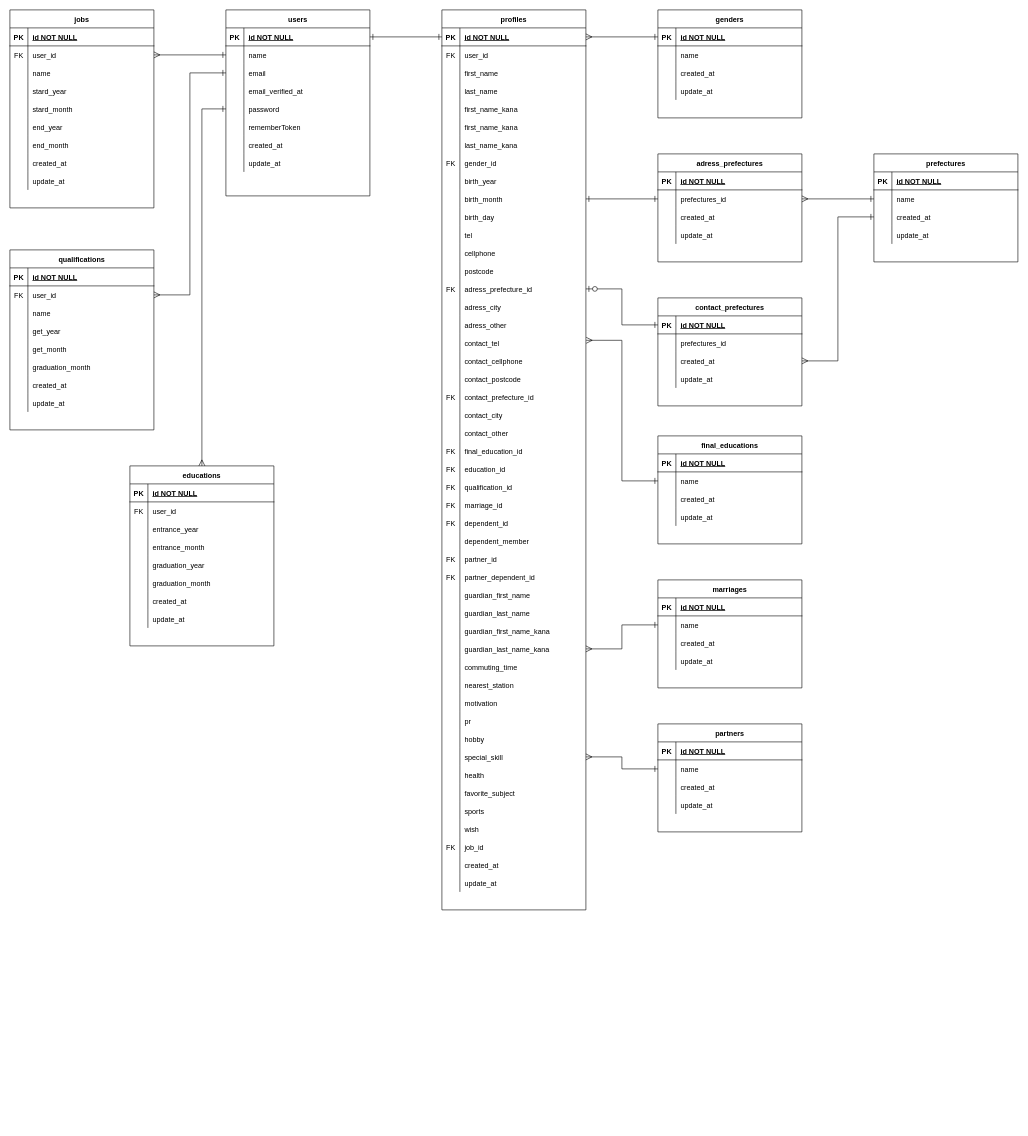
Before: resume_01.drawio in 0gravity000/er001, a draw.io diagram. Source tidied: cells renumbered, new cells numbered last; positions are measured from the earlier drawing's top-left corner, leaving out a move shared by most shapes. Both pictures are drawn from the tidied source at 60%, with x=0, y=0 at pixel (10, 10).
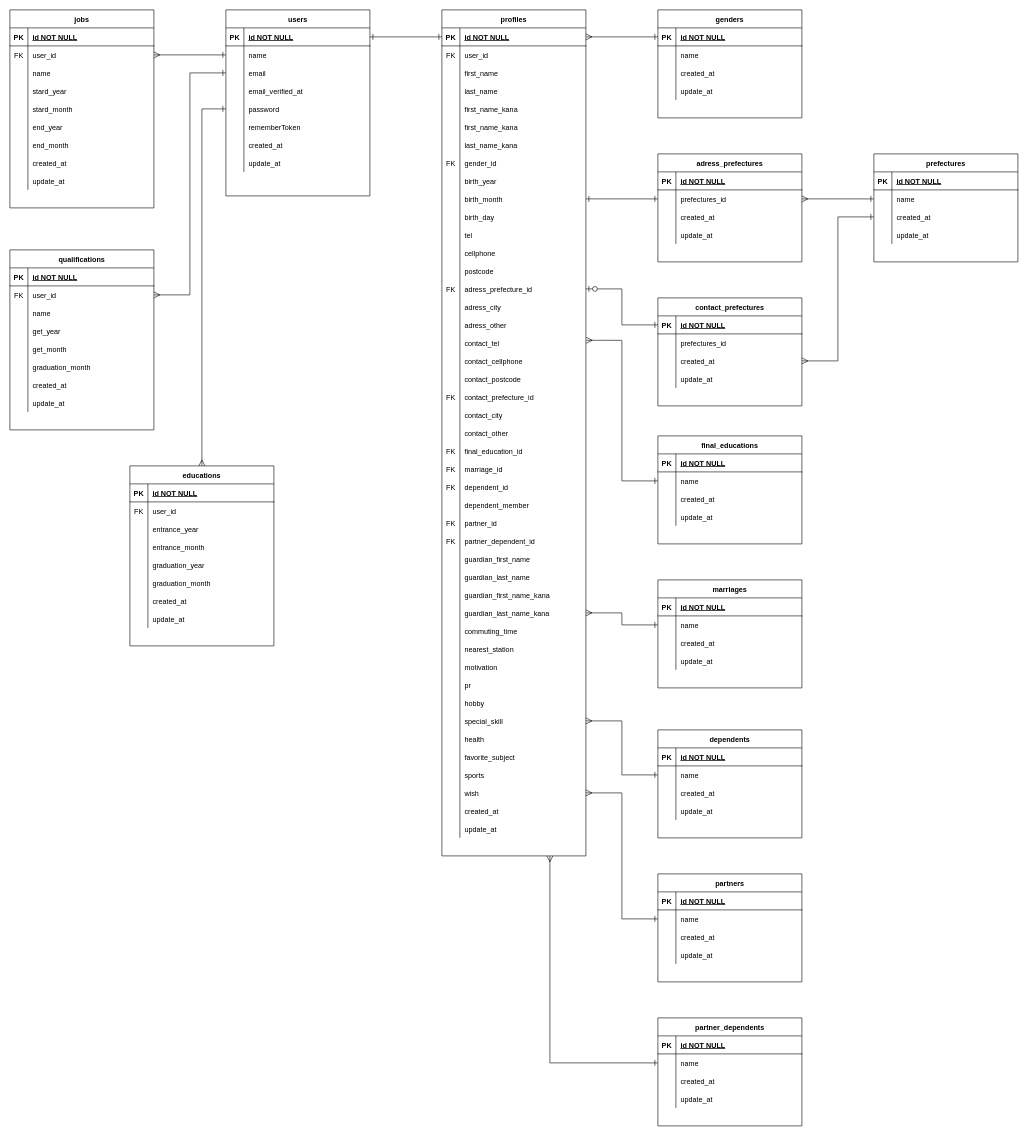
After the change.

What changed in the source:
```diff
@@
     <mxCell id="27" value="profiles" style="shape=table;startSize=30;childLayout=tableLayout;rowLines=0;fontStyle=1;align=center;" parent="1" vertex="1">
-      <mxGeometry x="720" width="240" height="1500" as="geometry" />
+      <mxGeometry x="720" width="240" height="1410" as="geometry" />
     </mxCell>
@@
-    <mxCell id="100" style="shape=partialRectangle;fillColor=none;top=0;left=0;bottom=0;right=0;" parent="27" vertex="1">
-      <mxGeometry y="750" width="240" height="30" as="geometry" />
-    </mxCell>
-    <mxCell id="101" value="FK" style="shape=partialRectangle;fillColor=none;top=0;left=0;bottom=0;right=0;overflow=hidden;" parent="100" vertex="1">
-      <mxGeometry width="30" height="30" as="geometry" />
-    </mxCell>
-    <mxCell id="102" value="education_id" style="shape=partialRectangle;fillColor=none;top=0;left=0;bottom=0;right=0;align=left;spacingLeft=6;overflow=hidden;" parent="100" vertex="1">
-      <mxGeometry x="30" width="210" height="30" as="geometry" />
-    </mxCell>
-    <mxCell id="103" style="shape=partialRectangle;fillColor=none;top=0;left=0;bottom=0;right=0;" parent="27" vertex="1">
-      <mxGeometry y="780" width="240" height="30" as="geometry" />
-    </mxCell>
-    <mxCell id="104" value="FK" style="shape=partialRectangle;fillColor=none;top=0;left=0;bottom=0;right=0;overflow=hidden;" parent="103" vertex="1">
-      <mxGeometry width="30" height="30" as="geometry" />
-    </mxCell>
-    <mxCell id="105" value="qualification_id" style="shape=partialRectangle;fillColor=none;top=0;left=0;bottom=0;right=0;align=left;spacingLeft=6;overflow=hidden;" parent="103" vertex="1">
-      <mxGeometry x="30" width="210" height="30" as="geometry" />
-    </mxCell>
     <mxCell id="106" style="shape=partialRectangle;fillColor=none;top=0;left=0;bottom=0;right=0;" parent="27" vertex="1">
-      <mxGeometry y="810" width="240" height="30" as="geometry" />
+      <mxGeometry y="750" width="240" height="30" as="geometry" />
     </mxCell>
@@
     <mxCell id="109" style="shape=partialRectangle;fillColor=none;top=0;left=0;bottom=0;right=0;" parent="27" vertex="1">
-      <mxGeometry y="840" width="240" height="30" as="geometry" />
+      <mxGeometry y="780" width="240" height="30" as="geometry" />
     </mxCell>
@@
     <mxCell id="112" style="shape=partialRectangle;fillColor=none;top=0;left=0;bottom=0;right=0;" parent="27" vertex="1">
-      <mxGeometry y="870" width="240" height="30" as="geometry" />
+      <mxGeometry y="810" width="240" height="30" as="geometry" />
     </mxCell>
@@
     <mxCell id="115" style="shape=partialRectangle;fillColor=none;top=0;left=0;bottom=0;right=0;" parent="27" vertex="1">
-      <mxGeometry y="900" width="240" height="30" as="geometry" />
+      <mxGeometry y="840" width="240" height="30" as="geometry" />
     </mxCell>
@@
     <mxCell id="118" style="shape=partialRectangle;fillColor=none;top=0;left=0;bottom=0;right=0;" parent="27" vertex="1">
-      <mxGeometry y="930" width="240" height="30" as="geometry" />
+      <mxGeometry y="870" width="240" height="30" as="geometry" />
     </mxCell>
@@
     <mxCell id="121" style="shape=partialRectangle;fillColor=none;top=0;left=0;bottom=0;right=0;" parent="27" vertex="1">
-      <mxGeometry y="960" width="240" height="30" as="geometry" />
+      <mxGeometry y="900" width="240" height="30" as="geometry" />
     </mxCell>
@@
     <mxCell id="124" style="shape=partialRectangle;fillColor=none;top=0;left=0;bottom=0;right=0;" parent="27" vertex="1">
-      <mxGeometry y="990" width="240" height="30" as="geometry" />
+      <mxGeometry y="930" width="240" height="30" as="geometry" />
     </mxCell>
@@
     <mxCell id="127" style="shape=partialRectangle;fillColor=none;top=0;left=0;bottom=0;right=0;" parent="27" vertex="1">
-      <mxGeometry y="1020" width="240" height="30" as="geometry" />
+      <mxGeometry y="960" width="240" height="30" as="geometry" />
     </mxCell>
@@
     <mxCell id="130" style="shape=partialRectangle;fillColor=none;top=0;left=0;bottom=0;right=0;points=[[0,0.5],[1,0.5]];portConstraint=eastwest;" parent="27" vertex="1">
-      <mxGeometry y="1050" width="240" height="30" as="geometry" />
+      <mxGeometry y="990" width="240" height="30" as="geometry" />
     </mxCell>
@@
     <mxCell id="133" style="shape=partialRectangle;fillColor=none;top=0;left=0;bottom=0;right=0;" parent="27" vertex="1">
-      <mxGeometry y="1080" width="240" height="30" as="geometry" />
+      <mxGeometry y="1020" width="240" height="30" as="geometry" />
     </mxCell>
@@
     <mxCell id="136" style="shape=partialRectangle;fillColor=none;top=0;left=0;bottom=0;right=0;" parent="27" vertex="1">
-      <mxGeometry y="1110" width="240" height="30" as="geometry" />
+      <mxGeometry y="1050" width="240" height="30" as="geometry" />
     </mxCell>
@@
     <mxCell id="139" style="shape=partialRectangle;fillColor=none;top=0;left=0;bottom=0;right=0;" parent="27" vertex="1">
-      <mxGeometry y="1140" width="240" height="30" as="geometry" />
+      <mxGeometry y="1080" width="240" height="30" as="geometry" />
     </mxCell>
@@
     <mxCell id="142" style="shape=partialRectangle;fillColor=none;top=0;left=0;bottom=0;right=0;" parent="27" vertex="1">
-      <mxGeometry y="1170" width="240" height="30" as="geometry" />
+      <mxGeometry y="1110" width="240" height="30" as="geometry" />
     </mxCell>
@@
     <mxCell id="145" style="shape=partialRectangle;fillColor=none;top=0;left=0;bottom=0;right=0;" parent="27" vertex="1">
-      <mxGeometry y="1200" width="240" height="30" as="geometry" />
+      <mxGeometry y="1140" width="240" height="30" as="geometry" />
     </mxCell>
@@
     <mxCell id="148" style="shape=partialRectangle;fillColor=none;top=0;left=0;bottom=0;right=0;points=[[0,0.5],[1,0.5]];portConstraint=eastwest;" parent="27" vertex="1">
-      <mxGeometry y="1230" width="240" height="30" as="geometry" />
+      <mxGeometry y="1170" width="240" height="30" as="geometry" />
     </mxCell>
@@
     <mxCell id="151" style="shape=partialRectangle;fillColor=none;top=0;left=0;bottom=0;right=0;" parent="27" vertex="1">
-      <mxGeometry y="1260" width="240" height="30" as="geometry" />
+      <mxGeometry y="1200" width="240" height="30" as="geometry" />
     </mxCell>
@@
     <mxCell id="154" style="shape=partialRectangle;fillColor=none;top=0;left=0;bottom=0;right=0;" parent="27" vertex="1">
-      <mxGeometry y="1290" width="240" height="30" as="geometry" />
+      <mxGeometry y="1230" width="240" height="30" as="geometry" />
     </mxCell>
@@
     <mxCell id="157" style="shape=partialRectangle;fillColor=none;top=0;left=0;bottom=0;right=0;" parent="27" vertex="1">
-      <mxGeometry y="1320" width="240" height="30" as="geometry" />
+      <mxGeometry y="1260" width="240" height="30" as="geometry" />
     </mxCell>
@@
     <mxCell id="160" style="shape=partialRectangle;fillColor=none;top=0;left=0;bottom=0;right=0;points=[[0,0.5],[1,0.5]];portConstraint=eastwest;" parent="27" vertex="1">
-      <mxGeometry y="1350" width="240" height="30" as="geometry" />
+      <mxGeometry y="1290" width="240" height="30" as="geometry" />
     </mxCell>
@@
-    <mxCell id="163" style="shape=partialRectangle;fillColor=none;top=0;left=0;bottom=0;right=0;" parent="27" vertex="1">
-      <mxGeometry y="1380" width="240" height="30" as="geometry" />
-    </mxCell>
-    <mxCell id="164" value="FK" style="shape=partialRectangle;fillColor=none;top=0;left=0;bottom=0;right=0;overflow=hidden;" parent="163" vertex="1">
-      <mxGeometry width="30" height="30" as="geometry" />
-    </mxCell>
-    <mxCell id="165" value="job_id" style="shape=partialRectangle;fillColor=none;top=0;left=0;bottom=0;right=0;align=left;spacingLeft=6;overflow=hidden;" parent="163" vertex="1">
-      <mxGeometry x="30" width="210" height="30" as="geometry" />
-    </mxCell>
     <mxCell id="166" style="shape=partialRectangle;fillColor=none;top=0;left=0;bottom=0;right=0;" parent="27" vertex="1">
-      <mxGeometry y="1410" width="240" height="30" as="geometry" />
+      <mxGeometry y="1320" width="240" height="30" as="geometry" />
     </mxCell>
@@
     <mxCell id="169" style="shape=partialRectangle;fillColor=none;top=0;left=0;bottom=0;right=0;" parent="27" vertex="1">
-      <mxGeometry y="1440" width="240" height="30" as="geometry" />
+      <mxGeometry y="1350" width="240" height="30" as="geometry" />
     </mxCell>
@@
-    <mxCell id="274" value="partners" style="shape=table;startSize=30;childLayout=tableLayout;rowLines=0;fontStyle=1;align=center;" parent="1" vertex="1">
-      <mxGeometry x="1080" y="1190" width="240" height="180" as="geometry" />
+    <mxCell id="274" value="dependents" style="shape=table;startSize=30;childLayout=tableLayout;rowLines=0;fontStyle=1;align=center;" parent="1" vertex="1">
+      <mxGeometry x="1080" y="1200" width="240" height="180" as="geometry" />
     </mxCell>
@@
+    <mxCell id="353" value="partners" style="shape=table;startSize=30;childLayout=tableLayout;rowLines=0;fontStyle=1;align=center;" parent="1" vertex="1">
+      <mxGeometry x="1080" y="1440" width="240" height="180" as="geometry" />
+    </mxCell>
+    <mxCell id="354" style="shape=partialRectangle;fillColor=none;top=0;left=0;bottom=1;right=0;" parent="353" vertex="1">
+      <mxGeometry y="30" width="240" height="30" as="geometry" />
+    </mxCell>
+    <mxCell id="355" value="PK" style="shape=partialRectangle;fillColor=none;top=0;left=0;bottom=0;right=0;fontStyle=1;overflow=hidden;" parent="354" vertex="1">
+      <mxGeometry width="30" height="30" as="geometry" />
+    </mxCell>
+    <mxCell id="356" value="id NOT NULL" style="shape=partialRectangle;fillColor=none;top=0;left=0;bottom=0;right=0;align=left;spacingLeft=6;fontStyle=5;overflow=hidden;" parent="354" vertex="1">
+      <mxGeometry x="30" width="210" height="30" as="geometry" />
+    </mxCell>
+    <mxCell id="357" style="shape=partialRectangle;fillColor=none;top=0;left=0;bottom=0;right=0;points=[[0,0.5],[1,0.5]];portConstraint=eastwest;" parent="353" vertex="1">
+      <mxGeometry y="60" width="240" height="30" as="geometry" />
+    </mxCell>
+    <mxCell id="358" style="shape=partialRectangle;fillColor=none;top=0;left=0;bottom=0;right=0;overflow=hidden;" parent="357" vertex="1">
+      <mxGeometry width="30" height="30" as="geometry" />
+    </mxCell>
+    <mxCell id="359" value="name" style="shape=partialRectangle;fillColor=none;top=0;left=0;bottom=0;right=0;align=left;spacingLeft=6;overflow=hidden;" parent="357" vertex="1">
+      <mxGeometry x="30" width="210" height="30" as="geometry" />
+    </mxCell>
+    <mxCell id="360" style="shape=partialRectangle;fillColor=none;top=0;left=0;bottom=0;right=0;" parent="353" vertex="1">
+      <mxGeometry y="90" width="240" height="30" as="geometry" />
+    </mxCell>
+    <mxCell id="361" style="shape=partialRectangle;fillColor=none;top=0;left=0;bottom=0;right=0;overflow=hidden;" parent="360" vertex="1">
+      <mxGeometry width="30" height="30" as="geometry" />
+    </mxCell>
+    <mxCell id="362" value="created_at" style="shape=partialRectangle;fillColor=none;top=0;left=0;bottom=0;right=0;align=left;spacingLeft=6;overflow=hidden;" parent="360" vertex="1">
+      <mxGeometry x="30" width="210" height="30" as="geometry" />
+    </mxCell>
+    <mxCell id="363" style="shape=partialRectangle;fillColor=none;top=0;left=0;bottom=0;right=0;" parent="353" vertex="1">
+      <mxGeometry y="120" width="240" height="30" as="geometry" />
+    </mxCell>
+    <mxCell id="364" style="shape=partialRectangle;fillColor=none;top=0;left=0;bottom=0;right=0;overflow=hidden;" parent="363" vertex="1">
+      <mxGeometry width="30" height="30" as="geometry" />
+    </mxCell>
+    <mxCell id="365" value="update_at" style="shape=partialRectangle;fillColor=none;top=0;left=0;bottom=0;right=0;align=left;spacingLeft=6;overflow=hidden;" parent="363" vertex="1">
+      <mxGeometry x="30" width="210" height="30" as="geometry" />
+    </mxCell>
+    <mxCell id="366" style="edgeStyle=orthogonalEdgeStyle;rounded=0;jettySize=auto;html=1;exitX=0;exitY=0.5;exitDx=0;exitDy=0;entryX=1;entryY=0.5;entryDx=0;entryDy=0;startArrow=ERone;startFill=0;endArrow=ERmany;endFill=0;startSize=8;endSize=8;" parent="1" edge="1" source="357" target="160">
+      <mxGeometry relative="1" as="geometry" />
+    </mxCell>
+    <mxCell id="367" value="partner_dependents" style="shape=table;startSize=30;childLayout=tableLayout;rowLines=0;fontStyle=1;align=center;" parent="1" vertex="1">
+      <mxGeometry x="1080" y="1680" width="240" height="180" as="geometry" />
+    </mxCell>
+    <mxCell id="368" style="shape=partialRectangle;fillColor=none;top=0;left=0;bottom=1;right=0;" parent="367" vertex="1">
+      <mxGeometry y="30" width="240" height="30" as="geometry" />
+    </mxCell>
+    <mxCell id="369" value="PK" style="shape=partialRectangle;fillColor=none;top=0;left=0;bottom=0;right=0;fontStyle=1;overflow=hidden;" parent="368" vertex="1">
+      <mxGeometry width="30" height="30" as="geometry" />
+    </mxCell>
+    <mxCell id="370" value="id NOT NULL" style="shape=partialRectangle;fillColor=none;top=0;left=0;bottom=0;right=0;align=left;spacingLeft=6;fontStyle=5;overflow=hidden;" parent="368" vertex="1">
+      <mxGeometry x="30" width="210" height="30" as="geometry" />
+    </mxCell>
+    <mxCell id="371" style="shape=partialRectangle;fillColor=none;top=0;left=0;bottom=0;right=0;points=[[0,0.5],[1,0.5]];portConstraint=eastwest;" parent="367" vertex="1">
+      <mxGeometry y="60" width="240" height="30" as="geometry" />
+    </mxCell>
+    <mxCell id="372" style="shape=partialRectangle;fillColor=none;top=0;left=0;bottom=0;right=0;overflow=hidden;" parent="371" vertex="1">
+      <mxGeometry width="30" height="30" as="geometry" />
+    </mxCell>
+    <mxCell id="373" value="name" style="shape=partialRectangle;fillColor=none;top=0;left=0;bottom=0;right=0;align=left;spacingLeft=6;overflow=hidden;" parent="371" vertex="1">
+      <mxGeometry x="30" width="210" height="30" as="geometry" />
+    </mxCell>
+    <mxCell id="374" style="shape=partialRectangle;fillColor=none;top=0;left=0;bottom=0;right=0;" parent="367" vertex="1">
+      <mxGeometry y="90" width="240" height="30" as="geometry" />
+    </mxCell>
+    <mxCell id="375" style="shape=partialRectangle;fillColor=none;top=0;left=0;bottom=0;right=0;overflow=hidden;" parent="374" vertex="1">
+      <mxGeometry width="30" height="30" as="geometry" />
+    </mxCell>
+    <mxCell id="376" value="created_at" style="shape=partialRectangle;fillColor=none;top=0;left=0;bottom=0;right=0;align=left;spacingLeft=6;overflow=hidden;" parent="374" vertex="1">
+      <mxGeometry x="30" width="210" height="30" as="geometry" />
+    </mxCell>
+    <mxCell id="377" style="shape=partialRectangle;fillColor=none;top=0;left=0;bottom=0;right=0;" parent="367" vertex="1">
+      <mxGeometry y="120" width="240" height="30" as="geometry" />
+    </mxCell>
+    <mxCell id="378" style="shape=partialRectangle;fillColor=none;top=0;left=0;bottom=0;right=0;overflow=hidden;" parent="377" vertex="1">
+      <mxGeometry width="30" height="30" as="geometry" />
+    </mxCell>
+    <mxCell id="379" value="update_at" style="shape=partialRectangle;fillColor=none;top=0;left=0;bottom=0;right=0;align=left;spacingLeft=6;overflow=hidden;" parent="377" vertex="1">
+      <mxGeometry x="30" width="210" height="30" as="geometry" />
+    </mxCell>
+    <mxCell id="380" style="edgeStyle=orthogonalEdgeStyle;rounded=0;jettySize=auto;html=1;exitX=0;exitY=0.5;exitDx=0;exitDy=0;entryX=0.75;entryY=1;entryDx=0;entryDy=0;startArrow=ERone;startFill=0;endArrow=ERmany;endFill=0;startSize=8;endSize=8;" parent="1" edge="1" source="371" target="27">
+      <mxGeometry relative="1" as="geometry" />
+    </mxCell>
```
